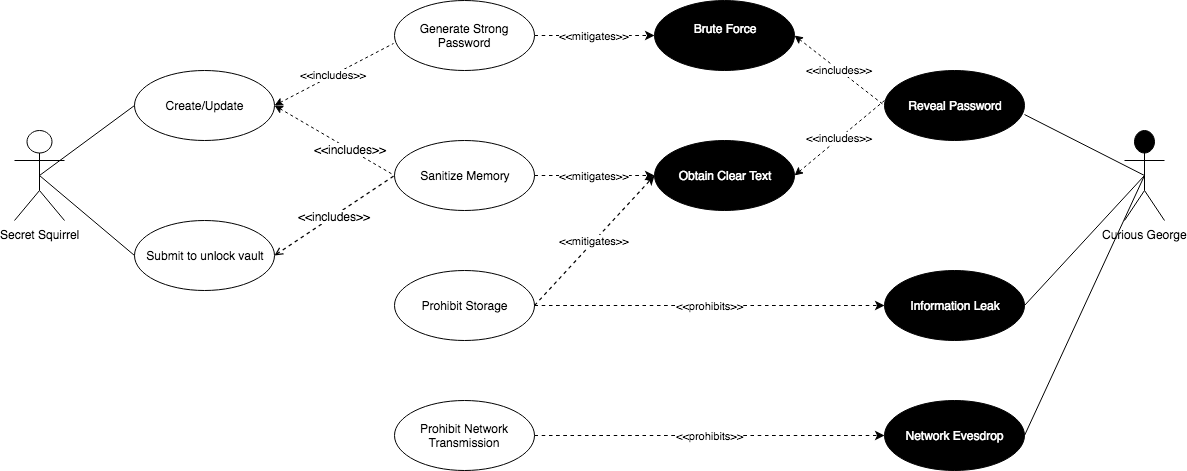
The draw.io diagram Images/Use Cases-Master Password.png in sdfrench/CYBR8420-GotRoot, before a commit. Source tidied: cells renumbered, new cells last; positions are measured from the earlier drawing's top-left corner, leaving out a move shared by most shapes.
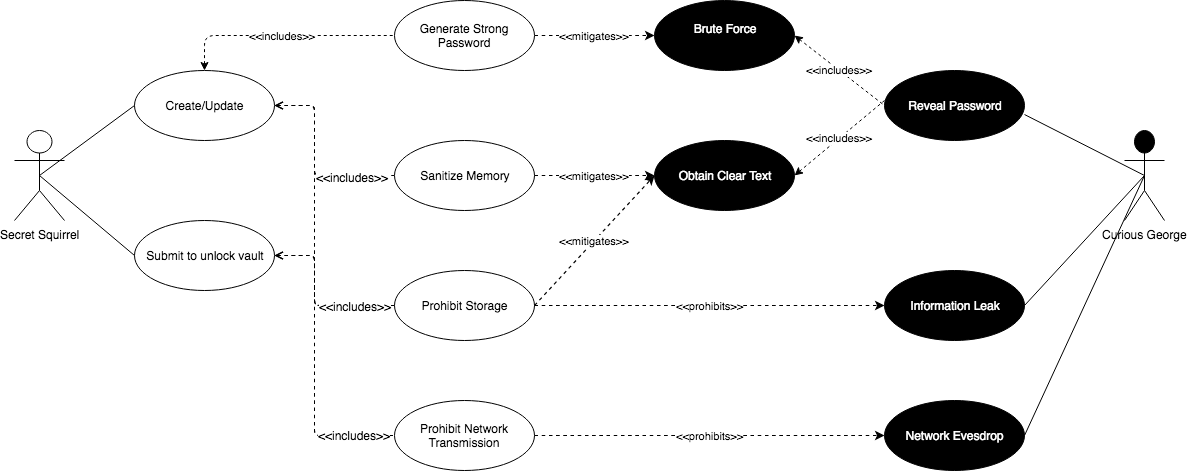
After the change.

Diff of the diagram source:
```diff
@@ -5,12 +5,17 @@
     <mxCell id="2" value="Create/Update" style="ellipse;whiteSpace=wrap;html=1;" parent="1" vertex="1">
       <mxGeometry x="120" y="70" width="140" height="70" as="geometry" />
     </mxCell>
-    <mxCell id="3" style="html=1;jettySize=18;fontSize=11;strokeOpacity=100;dashed=1;strokeWidth=1.2;rounded=1;arcSize=10;startArrow=open;endArrow=none;elbow=vertical;endFill=0;entryX=0;entryY=0.5;entryDx=0;entryDy=0;exitX=1;exitY=0.5;exitDx=0;exitDy=0;" parent="1" edge="1" source="9" target="12">
-      <mxGeometry relative="1" as="geometry" />
+    <mxCell id="3" style="html=1;jettySize=18;fontSize=11;strokeOpacity=100;dashed=1;strokeWidth=1.2;rounded=1;arcSize=10;startArrow=open;endArrow=none;elbow=vertical;endFill=0;entryX=0;entryY=0.5;entryDx=0;entryDy=0;edgeStyle=orthogonalEdgeStyle;exitX=1;exitY=0.5;exitDx=0;exitDy=0;" parent="1" edge="1" source="2" target="12">
+      <mxGeometry relative="1" as="geometry">
+        <Array as="points">
+          <mxPoint x="300" y="105" />
+          <mxPoint x="300" y="175" />
+        </Array>
+      </mxGeometry>
     </mxCell>
-    <mxCell id="4" value="&amp;lt;&amp;lt;includes&amp;gt;&amp;gt;" style="text;html=1;labelBackgroundColor=#ffffff;align=center;verticalAlign=middle;" parent="3" vertex="1">
-      <mxGeometry relative="1" as="geometry" />
-    </mxCell>
+    <mxCell id="32" value="&amp;lt;&amp;lt;includes&amp;gt;&amp;gt;" style="text;html=1;align=center;verticalAlign=middle;labelBackgroundColor=#ffffff;" parent="3" vertex="1">
+      <mxGeometry x="0.55" y="-1" relative="1" as="geometry" />
+    </mxCell>
     <mxCell id="5" style="rounded=1;jettySize=auto;html=1;exitX=0.5;exitY=0.5;exitDx=0;exitDy=0;exitPerimeter=0;entryX=0;entryY=0.5;entryDx=0;entryDy=0;fontColor=#FFFFFF;startArrow=none;startFill=0;endArrow=none;endFill=0;" parent="1" edge="1" source="6" target="2">
       <mxGeometry relative="1" as="geometry" />
     </mxCell>
@@ -26,7 +31,7 @@
     <mxCell id="9" value="Submit to unlock vault" style="ellipse;whiteSpace=wrap;html=1;" parent="1" vertex="1">
       <mxGeometry x="120" y="220" width="140" height="70" as="geometry" />
     </mxCell>
-    <mxCell id="10" value="&amp;lt;&amp;lt;includes&amp;gt;&amp;gt;" style="edgeStyle=none;rounded=1;jettySize=auto;html=1;dashed=1;startArrow=classic;startFill=1;endArrow=none;endFill=0;fontColor=#000000;entryX=-0.007;entryY=0.614;entryDx=0;entryDy=0;entryPerimeter=0;exitX=1;exitY=0.5;exitDx=0;exitDy=0;" parent="1" edge="1" source="2" target="11">
+    <mxCell id="10" value="&amp;lt;&amp;lt;includes&amp;gt;&amp;gt;" style="edgeStyle=orthogonalEdgeStyle;rounded=1;jettySize=auto;html=1;dashed=1;startArrow=classic;startFill=1;endArrow=none;endFill=0;fontColor=#000000;exitX=0.5;exitY=0;exitDx=0;exitDy=0;entryX=0;entryY=0.5;entryDx=0;entryDy=0;" parent="1" edge="1" source="2" target="11">
       <mxGeometry relative="1" as="geometry" />
     </mxCell>
     <mxCell id="11" value="Generate Strong Password" style="ellipse;whiteSpace=wrap;html=1;" parent="1" vertex="1">
@@ -68,12 +73,6 @@
     <mxCell id="23" style="rounded=1;jettySize=auto;html=1;exitX=1;exitY=0.5;exitDx=0;exitDy=0;fontColor=#FFFFFF;startArrow=none;startFill=0;endArrow=none;endFill=0;entryX=0.5;entryY=0.5;entryDx=0;entryDy=0;entryPerimeter=0;" parent="1" edge="1" source="18" target="19">
       <mxGeometry relative="1" as="geometry" />
     </mxCell>
-    <mxCell id="24" style="rounded=1;jettySize=auto;html=1;exitX=1;exitY=0.5;exitDx=0;exitDy=0;entryX=0;entryY=0.5;entryDx=0;entryDy=0;fontColor=#FFFFFF;startArrow=classic;startFill=1;endArrow=none;endFill=0;dashed=1;" parent="1" edge="1" source="2" target="12">
-      <mxGeometry relative="1" as="geometry" />
-    </mxCell>
-    <mxCell id="25" value="&amp;lt;&amp;lt;includes&amp;gt;&amp;gt;" style="text;html=1;align=center;verticalAlign=middle;labelBackgroundColor=#ffffff;fontColor=#000000;" parent="24" vertex="1">
-      <mxGeometry x="0.25" relative="1" as="geometry" />
-    </mxCell>
     <mxCell id="26" value="&amp;lt;&amp;lt;mitigates&amp;gt;&amp;gt;" style="html=1;jettySize=18;fontSize=11;strokeOpacity=100;dashed=1;strokeWidth=1.2;rounded=1;arcSize=10;startArrow=none;endArrow=classic;exitX=1;exitY=0.5;exitDx=0;exitDy=0;endFill=1;startFill=0;entryX=0;entryY=0.5;entryDx=0;entryDy=0;" parent="1" edge="1" source="12" target="17">
       <mxGeometry relative="1" as="geometry" />
     </mxCell>
@@ -94,5 +93,37 @@
         <mxPoint x="870" y="100" as="targetPoint" />
       </mxGeometry>
     </mxCell>
+    <mxCell id="33" style="html=1;jettySize=18;fontSize=11;strokeOpacity=100;dashed=1;strokeWidth=1.2;rounded=1;arcSize=10;startArrow=open;endArrow=none;elbow=vertical;endFill=0;entryX=0;entryY=0.5;entryDx=0;entryDy=0;exitX=1;exitY=0.5;exitDx=0;exitDy=0;edgeStyle=orthogonalEdgeStyle;" parent="1" edge="1" source="2" target="13">
+      <mxGeometry relative="1" as="geometry">
+        <Array as="points">
+          <mxPoint x="300" y="105" />
+          <mxPoint x="300" y="305" />
+        </Array>
+      </mxGeometry>
+    </mxCell>
+    <mxCell id="34" style="html=1;jettySize=18;fontSize=11;strokeOpacity=100;dashed=1;strokeWidth=1.2;rounded=1;arcSize=10;startArrow=open;endArrow=none;elbow=vertical;endFill=0;entryX=0;entryY=0.5;entryDx=0;entryDy=0;edgeStyle=orthogonalEdgeStyle;exitX=1;exitY=0.5;exitDx=0;exitDy=0;" parent="1" edge="1" source="9" target="13">
+      <mxGeometry relative="1" as="geometry">
+        <Array as="points">
+          <mxPoint x="300" y="255" />
+          <mxPoint x="300" y="305" />
+        </Array>
+      </mxGeometry>
+    </mxCell>
+    <mxCell id="35" value="&amp;lt;&amp;lt;includes&amp;gt;&amp;gt;" style="text;html=1;align=center;verticalAlign=middle;labelBackgroundColor=#ffffff;" parent="34" vertex="1">
+      <mxGeometry x="0.44" y="-5" relative="1" as="geometry">
+        <mxPoint x="8" y="-5" as="offset" />
+      </mxGeometry>
+    </mxCell>
+    <mxCell id="36" style="html=1;jettySize=18;fontSize=11;strokeOpacity=100;dashed=1;strokeWidth=1.2;rounded=1;arcSize=10;startArrow=open;endArrow=none;elbow=vertical;endFill=0;entryX=0;entryY=0.5;entryDx=0;entryDy=0;edgeStyle=orthogonalEdgeStyle;exitX=1;exitY=0.5;exitDx=0;exitDy=0;" parent="1" edge="1" source="9" target="14">
+      <mxGeometry relative="1" as="geometry">
+        <Array as="points">
+          <mxPoint x="300" y="255" />
+          <mxPoint x="300" y="435" />
+        </Array>
+      </mxGeometry>
+    </mxCell>
+    <mxCell id="37" value="&amp;lt;&amp;lt;includes&amp;gt;&amp;gt;" style="text;html=1;align=center;verticalAlign=middle;labelBackgroundColor=#ffffff;" parent="36" vertex="1">
+      <mxGeometry x="0.73" y="1" relative="1" as="geometry" />
+    </mxCell>
   </root>
 </mxGraphModel>
```
